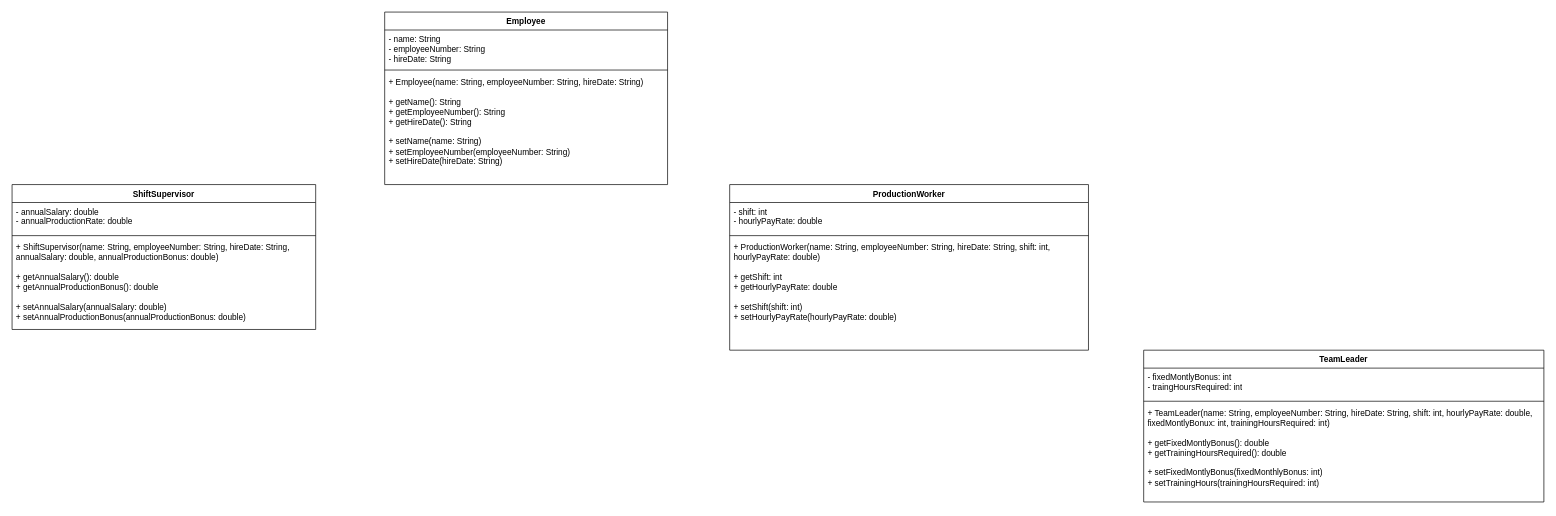
Earlier version of the draw.io diagram InheritanceDemo.drawio (crapeter/UMLs). Source tidied: cells renumbered, new cells numbered last; positions are measured from the earlier drawing's top-left corner, leaving out a move shared by most shapes. Both pictures are drawn from the tidied source at 69%, with x=0, y=0 at pixel (12, 12).
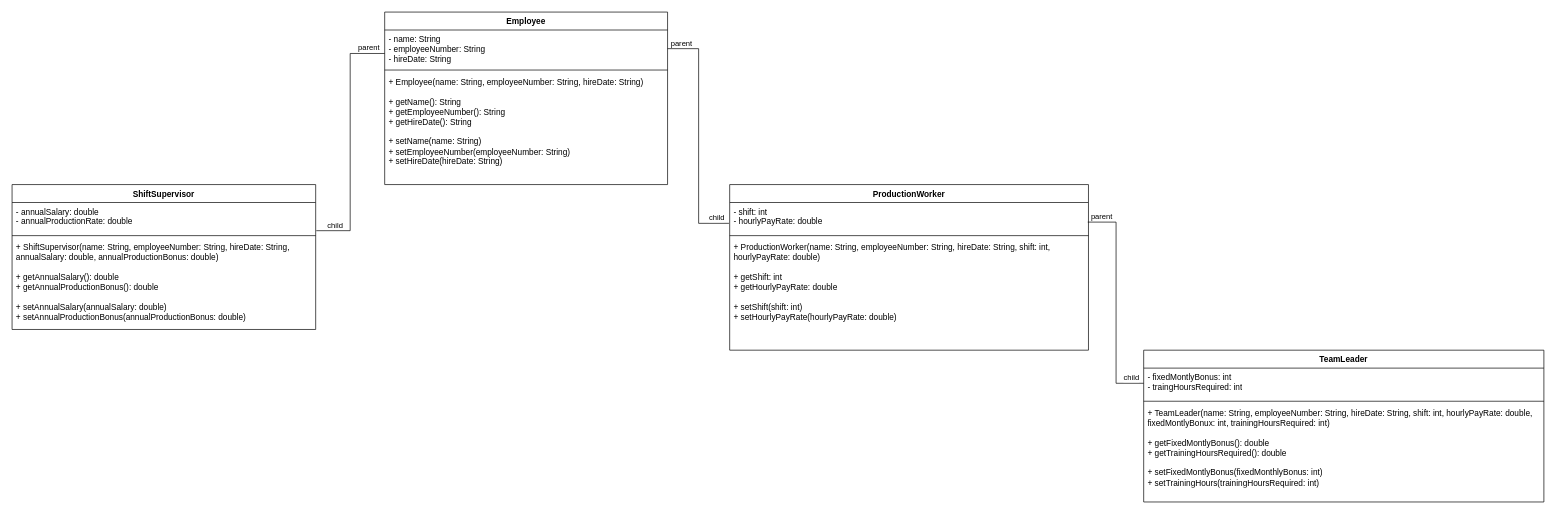
The same page after the edit.

The change refers to these unchanged cells:
```xml
<mxCell id="3" value="&lt;div&gt;- name: String&lt;/div&gt;&lt;div&gt;- employeeNumber: String&lt;/div&gt;&lt;div&gt;- hireDate: String&lt;br&gt;&lt;/div&gt;" style="text;strokeColor=none;fillColor=none;align=left;verticalAlign=top;spacingLeft=4;spacingRight=4;overflow=hidden;points=[[0,0.5],[1,0.5]];portConstraint=eastwest;whiteSpace=wrap;html=1;" parent="2" vertex="1">
  <mxGeometry y="26" width="410" height="54" as="geometry" />
</mxCell>
<mxCell id="7" value="&lt;div&gt;- shift: int&lt;/div&gt;&lt;div&gt;- hourlyPayRate: double&lt;br&gt;&lt;/div&gt;" style="text;strokeColor=none;fillColor=none;align=left;verticalAlign=top;spacingLeft=4;spacingRight=4;overflow=hidden;points=[[0,0.5],[1,0.5]];portConstraint=eastwest;whiteSpace=wrap;html=1;" parent="6" vertex="1">
  <mxGeometry y="26" width="520" height="44" as="geometry" />
</mxCell>
<mxCell id="11" value="&lt;div&gt;- annualSalary: double&lt;/div&gt;&lt;div&gt;- annualProductionRate: double&lt;br&gt;&lt;/div&gt;" style="text;strokeColor=none;fillColor=none;align=left;verticalAlign=top;spacingLeft=4;spacingRight=4;overflow=hidden;points=[[0,0.5],[1,0.5]];portConstraint=eastwest;whiteSpace=wrap;html=1;" parent="10" vertex="1">
  <mxGeometry y="26" width="440" height="44" as="geometry" />
</mxCell>
<mxCell id="15" value="&lt;div&gt;- fixedMontlyBonus: int&lt;/div&gt;&lt;div&gt;- traingHoursRequired: int&lt;br&gt;&lt;/div&gt;" style="text;strokeColor=none;fillColor=none;align=left;verticalAlign=top;spacingLeft=4;spacingRight=4;overflow=hidden;points=[[0,0.5],[1,0.5]];portConstraint=eastwest;whiteSpace=wrap;html=1;" parent="14" vertex="1">
  <mxGeometry y="26" width="580" height="44" as="geometry" />
</mxCell>
```

Change to the diagram source:
```diff
@@
+    <mxCell id="18" style="endArrow=none;html=1;edgeStyle=orthogonalEdgeStyle;rounded=0;exitX=0;exitY=0.63;exitDx=0;exitDy=0;exitPerimeter=0;entryX=1.002;entryY=0.928;entryDx=0;entryDy=0;entryPerimeter=0;" parent="1" edge="1" source="3" target="11">
+      <mxGeometry relative="1" as="geometry" />
+    </mxCell>
+    <mxCell id="19" value="parent" style="edgeLabel;html=1;align=left;verticalAlign=bottom;" parent="18" vertex="1">
+      <mxGeometry x="-1" relative="1" as="geometry">
+        <mxPoint x="-40" as="offset" />
+      </mxGeometry>
+    </mxCell>
+    <mxCell id="20" value="child" style="edgeLabel;html=1;align=right;verticalAlign=bottom;" parent="18" vertex="1">
+      <mxGeometry x="1" relative="1" as="geometry">
+        <mxPoint x="39" as="offset" />
+      </mxGeometry>
+    </mxCell>
+    <mxCell id="21" style="endArrow=none;html=1;edgeStyle=orthogonalEdgeStyle;rounded=0;exitX=1;exitY=0.5;exitDx=0;exitDy=0;entryX=-0.002;entryY=0.686;entryDx=0;entryDy=0;entryPerimeter=0;" parent="1" edge="1" source="3" target="7">
+      <mxGeometry relative="1" as="geometry" />
+    </mxCell>
+    <mxCell id="22" value="parent" style="edgeLabel;html=1;align=left;verticalAlign=bottom;" parent="21" vertex="1">
+      <mxGeometry x="-1" relative="1" as="geometry">
+        <mxPoint x="3" as="offset" />
+      </mxGeometry>
+    </mxCell>
+    <mxCell id="23" value="child" style="edgeLabel;html=1;align=right;verticalAlign=bottom;" parent="21" vertex="1">
+      <mxGeometry x="1" relative="1" as="geometry">
+        <mxPoint x="-6" as="offset" />
+      </mxGeometry>
+    </mxCell>
+    <mxCell id="24" style="endArrow=none;html=1;edgeStyle=orthogonalEdgeStyle;rounded=0;exitX=0.998;exitY=0.645;exitDx=0;exitDy=0;exitPerimeter=0;entryX=0;entryY=0.5;entryDx=0;entryDy=0;" parent="1" edge="1" source="7" target="15">
+      <mxGeometry relative="1" as="geometry" />
+    </mxCell>
+    <mxCell id="25" value="parent" style="edgeLabel;html=1;align=left;verticalAlign=bottom;" parent="24" vertex="1">
+      <mxGeometry x="-1" relative="1" as="geometry">
+        <mxPoint x="3" as="offset" />
+      </mxGeometry>
+    </mxCell>
+    <mxCell id="26" value="child" style="edgeLabel;html=1;align=right;verticalAlign=bottom;" parent="24" vertex="1">
+      <mxGeometry x="1" relative="1" as="geometry">
+        <mxPoint x="-6" as="offset" />
+      </mxGeometry>
+    </mxCell>
```
